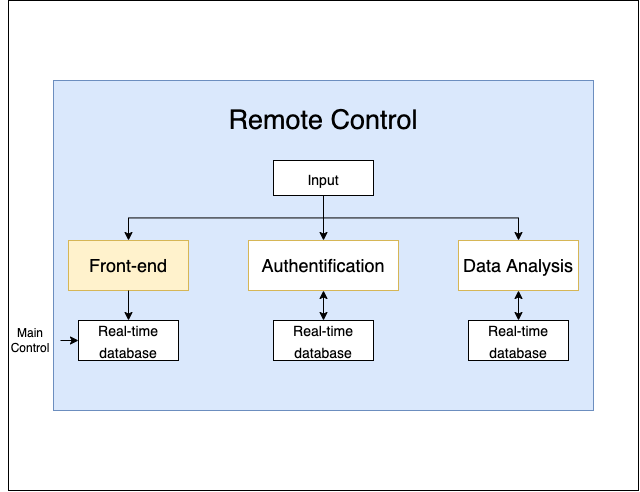
TuringBoard/ADS keeps this draw.io diagram as ADS Latex/images/dataAnalysis.png. Above is the earlier version. Source tidied: cells renumbered, new cells last; positions are measured from the earlier drawing's top-left corner, leaving out a move shared by most shapes. The source it was exported from:
```xml
<mxGraphModel>
  <root>
    <mxCell id="0" />
    <mxCell id="1" parent="0" />
    <mxCell id="2" style="rounded=0;whiteSpace=wrap;html=1;fontSize=14;" parent="1" vertex="1">
      <mxGeometry x="8" width="630" height="490" as="geometry" />
    </mxCell>
    <mxCell id="3" style="rounded=0;whiteSpace=wrap;html=1;fillColor=#dae8fc;strokeColor=#6c8ebf;" parent="1" vertex="1">
      <mxGeometry x="53" y="80" width="540" height="330" as="geometry" />
    </mxCell>
    <mxCell id="4" value="Remote Control" style="text;html=1;strokeColor=none;fillColor=none;align=center;verticalAlign=middle;whiteSpace=wrap;rounded=0;fontSize=27;" parent="1" vertex="1">
      <mxGeometry x="173" y="90" width="300" height="60" as="geometry" />
    </mxCell>
    <mxCell id="5" value="Front-end" style="rounded=0;whiteSpace=wrap;html=1;fontSize=18;fillColor=#FFF2CC;strokeColor=#d6b656;" parent="1" vertex="1">
      <mxGeometry x="68" y="240" width="120" height="50" as="geometry" />
    </mxCell>
    <mxCell id="6" value="&lt;span style=&quot;font-size: 14px&quot;&gt;Real-time database&lt;/span&gt;" style="rounded=0;whiteSpace=wrap;html=1;fontSize=18;" parent="1" vertex="1">
      <mxGeometry x="78" y="320" width="100" height="40" as="geometry" />
    </mxCell>
    <mxCell id="7" style="edgeStyle=orthogonalEdgeStyle;rounded=0;jettySize=auto;html=1;exitX=0.5;exitY=1;exitDx=0;exitDy=0;entryX=0.5;entryY=0;entryDx=0;entryDy=0;fontSize=14;" parent="1" edge="1" source="8" target="5">
      <mxGeometry relative="1" as="geometry" />
    </mxCell>
    <mxCell id="8" value="&lt;span style=&quot;font-size: 14px&quot;&gt;Input&lt;br&gt;&lt;/span&gt;" style="rounded=0;whiteSpace=wrap;html=1;fontSize=18;" parent="1" vertex="1">
      <mxGeometry x="273" y="160" width="100" height="35" as="geometry" />
    </mxCell>
    <mxCell id="9" style="endArrow=classic;html=1;rounded=0;fontSize=14;entryX=0.5;entryY=0;entryDx=0;entryDy=0;" parent="1" edge="1" source="5" target="6">
      <mxGeometry relative="1" as="geometry" />
    </mxCell>
    <mxCell id="10" value="Authentification" style="rounded=0;whiteSpace=wrap;html=1;fontSize=18;fillColor=#FFFFFF;strokeColor=#d6b656;" parent="1" vertex="1">
      <mxGeometry x="248" y="240" width="150" height="50" as="geometry" />
    </mxCell>
    <mxCell id="11" value="Main Control" style="text;html=1;strokeColor=none;fillColor=none;align=center;verticalAlign=middle;whiteSpace=wrap;rounded=0;" parent="1" vertex="1">
      <mxGeometry y="325" width="60" height="30" as="geometry" />
    </mxCell>
    <mxCell id="12" style="endArrow=classic;html=1;rounded=0;endSize=6;jumpSize=10;exitX=1;exitY=0.5;exitDx=0;exitDy=0;entryX=0;entryY=0.5;entryDx=0;entryDy=0;" parent="1" edge="1" source="11" target="6">
      <mxGeometry relative="1" as="geometry" />
    </mxCell>
    <mxCell id="13" value="Data Analysis" style="rounded=0;whiteSpace=wrap;html=1;fontSize=18;fillColor=#FFFFFF;strokeColor=#d6b656;" parent="1" vertex="1">
      <mxGeometry x="458" y="240" width="120" height="50" as="geometry" />
    </mxCell>
    <mxCell id="14" style="edgeStyle=orthogonalEdgeStyle;rounded=0;jettySize=auto;html=1;entryX=0.5;entryY=0;entryDx=0;entryDy=0;fontSize=14;exitX=0.5;exitY=1;exitDx=0;exitDy=0;" parent="1" edge="1" source="8">
      <mxGeometry relative="1" as="geometry">
        <mxPoint x="518" y="240" as="targetPoint" />
      </mxGeometry>
    </mxCell>
    <mxCell id="15" style="endArrow=classic;html=1;rounded=0;endSize=6;jumpSize=10;exitX=0.5;exitY=1;exitDx=0;exitDy=0;entryX=0.5;entryY=0;entryDx=0;entryDy=0;" parent="1" edge="1" source="8" target="10">
      <mxGeometry relative="1" as="geometry" />
    </mxCell>
    <mxCell id="16" value="&lt;span style=&quot;font-size: 14px&quot;&gt;Real-time database&lt;/span&gt;" style="rounded=0;whiteSpace=wrap;html=1;fontSize=18;" parent="1" vertex="1">
      <mxGeometry x="273" y="320" width="100" height="40" as="geometry" />
    </mxCell>
    <mxCell id="17" style="endArrow=classic;startArrow=classic;html=1;rounded=0;endSize=6;jumpSize=10;exitX=0.5;exitY=0;exitDx=0;exitDy=0;entryX=0.5;entryY=1;entryDx=0;entryDy=0;" parent="1" edge="1" source="16" target="10">
      <mxGeometry relative="1" as="geometry" />
    </mxCell>
    <mxCell id="18" value="&lt;span style=&quot;font-size: 14px&quot;&gt;Real-time database&lt;/span&gt;" style="rounded=0;whiteSpace=wrap;html=1;fontSize=18;" parent="1" vertex="1">
      <mxGeometry x="468" y="320" width="100" height="40" as="geometry" />
    </mxCell>
    <mxCell id="19" style="endArrow=classic;startArrow=classic;html=1;rounded=0;endSize=6;jumpSize=10;exitX=0.5;exitY=0;exitDx=0;exitDy=0;entryX=0.5;entryY=1;entryDx=0;entryDy=0;" parent="1" edge="1" source="18" target="13">
      <mxGeometry relative="1" as="geometry" />
    </mxCell>
  </root>
</mxGraphModel>
```
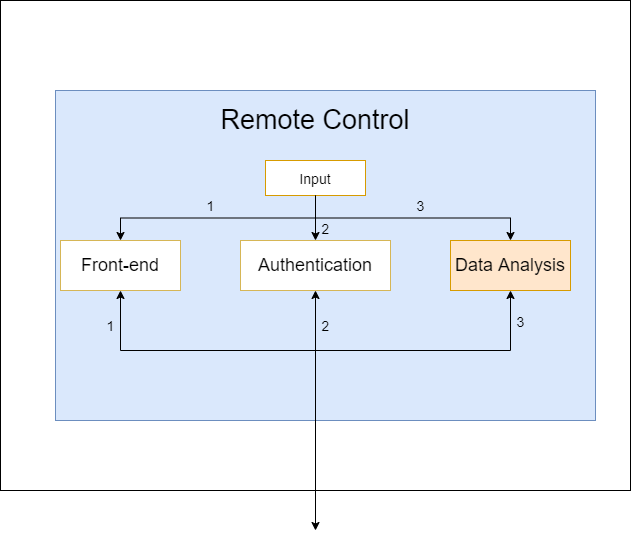
After the commit.

Change to the diagram source:
```diff
@@ -6,36 +6,24 @@
       <mxGeometry x="8" width="630" height="490" as="geometry" />
     </mxCell>
     <mxCell id="3" style="rounded=0;whiteSpace=wrap;html=1;fillColor=#dae8fc;strokeColor=#6c8ebf;" parent="1" vertex="1">
-      <mxGeometry x="53" y="80" width="540" height="330" as="geometry" />
+      <mxGeometry x="63" y="90" width="540" height="330" as="geometry" />
     </mxCell>
     <mxCell id="4" value="Remote Control" style="text;html=1;strokeColor=none;fillColor=none;align=center;verticalAlign=middle;whiteSpace=wrap;rounded=0;fontSize=27;" parent="1" vertex="1">
       <mxGeometry x="173" y="90" width="300" height="60" as="geometry" />
     </mxCell>
-    <mxCell id="5" value="Front-end" style="rounded=0;whiteSpace=wrap;html=1;fontSize=18;fillColor=#FFF2CC;strokeColor=#d6b656;" parent="1" vertex="1">
+    <mxCell id="5" value="Front-end" style="rounded=0;whiteSpace=wrap;html=1;fontSize=18;fillColor=default;strokeColor=#d6b656;" parent="1" vertex="1">
       <mxGeometry x="68" y="240" width="120" height="50" as="geometry" />
     </mxCell>
-    <mxCell id="6" value="&lt;span style=&quot;font-size: 14px&quot;&gt;Real-time database&lt;/span&gt;" style="rounded=0;whiteSpace=wrap;html=1;fontSize=18;" parent="1" vertex="1">
-      <mxGeometry x="78" y="320" width="100" height="40" as="geometry" />
-    </mxCell>
     <mxCell id="7" style="edgeStyle=orthogonalEdgeStyle;rounded=0;jettySize=auto;html=1;exitX=0.5;exitY=1;exitDx=0;exitDy=0;entryX=0.5;entryY=0;entryDx=0;entryDy=0;fontSize=14;" parent="1" edge="1" source="8" target="5">
       <mxGeometry relative="1" as="geometry" />
     </mxCell>
-    <mxCell id="8" value="&lt;span style=&quot;font-size: 14px&quot;&gt;Input&lt;br&gt;&lt;/span&gt;" style="rounded=0;whiteSpace=wrap;html=1;fontSize=18;" parent="1" vertex="1">
+    <mxCell id="8" value="&lt;span style=&quot;font-size: 14px&quot;&gt;Input&lt;br&gt;&lt;/span&gt;" style="rounded=0;whiteSpace=wrap;html=1;fontSize=18;fillColor=#FFFFFF;strokeColor=#d79b00;" parent="1" vertex="1">
       <mxGeometry x="273" y="160" width="100" height="35" as="geometry" />
     </mxCell>
-    <mxCell id="9" style="endArrow=classic;html=1;rounded=0;fontSize=14;entryX=0.5;entryY=0;entryDx=0;entryDy=0;" parent="1" edge="1" source="5" target="6">
-      <mxGeometry relative="1" as="geometry" />
-    </mxCell>
-    <mxCell id="10" value="Authentification" style="rounded=0;whiteSpace=wrap;html=1;fontSize=18;fillColor=#FFFFFF;strokeColor=#d6b656;" parent="1" vertex="1">
+    <mxCell id="10" value="Authentication" style="rounded=0;whiteSpace=wrap;html=1;fontSize=18;fillColor=#FFFFFF;strokeColor=#d6b656;" parent="1" vertex="1">
       <mxGeometry x="248" y="240" width="150" height="50" as="geometry" />
     </mxCell>
-    <mxCell id="11" value="Main Control" style="text;html=1;strokeColor=none;fillColor=none;align=center;verticalAlign=middle;whiteSpace=wrap;rounded=0;" parent="1" vertex="1">
-      <mxGeometry y="325" width="60" height="30" as="geometry" />
-    </mxCell>
-    <mxCell id="12" style="endArrow=classic;html=1;rounded=0;endSize=6;jumpSize=10;exitX=1;exitY=0.5;exitDx=0;exitDy=0;entryX=0;entryY=0.5;entryDx=0;entryDy=0;" parent="1" edge="1" source="11" target="6">
-      <mxGeometry relative="1" as="geometry" />
-    </mxCell>
-    <mxCell id="13" value="Data Analysis" style="rounded=0;whiteSpace=wrap;html=1;fontSize=18;fillColor=#FFFFFF;strokeColor=#d6b656;" parent="1" vertex="1">
+    <mxCell id="13" value="Data Analysis" style="rounded=0;whiteSpace=wrap;html=1;fontSize=18;fillColor=#ffe6cc;strokeColor=#d79b00;" parent="1" vertex="1">
       <mxGeometry x="458" y="240" width="120" height="50" as="geometry" />
     </mxCell>
     <mxCell id="14" style="edgeStyle=orthogonalEdgeStyle;rounded=0;jettySize=auto;html=1;entryX=0.5;entryY=0;entryDx=0;entryDy=0;fontSize=14;exitX=0.5;exitY=1;exitDx=0;exitDy=0;" parent="1" edge="1" source="8">
@@ -46,17 +34,36 @@
     <mxCell id="15" style="endArrow=classic;html=1;rounded=0;endSize=6;jumpSize=10;exitX=0.5;exitY=1;exitDx=0;exitDy=0;entryX=0.5;entryY=0;entryDx=0;entryDy=0;" parent="1" edge="1" source="8" target="10">
       <mxGeometry relative="1" as="geometry" />
     </mxCell>
-    <mxCell id="16" value="&lt;span style=&quot;font-size: 14px&quot;&gt;Real-time database&lt;/span&gt;" style="rounded=0;whiteSpace=wrap;html=1;fontSize=18;" parent="1" vertex="1">
-      <mxGeometry x="273" y="320" width="100" height="40" as="geometry" />
-    </mxCell>
-    <mxCell id="17" style="endArrow=classic;startArrow=classic;html=1;rounded=0;endSize=6;jumpSize=10;exitX=0.5;exitY=0;exitDx=0;exitDy=0;entryX=0.5;entryY=1;entryDx=0;entryDy=0;" parent="1" edge="1" source="16" target="10">
-      <mxGeometry relative="1" as="geometry" />
+    <mxCell id="17" style="endArrow=classic;startArrow=classic;html=1;rounded=0;endSize=6;jumpSize=10;entryX=0.5;entryY=1;entryDx=0;entryDy=0;" parent="1" edge="1" target="10">
+      <mxGeometry relative="1" as="geometry">
+        <mxPoint x="323" y="530" as="sourcePoint" />
+      </mxGeometry>
     </mxCell>
-    <mxCell id="18" value="&lt;span style=&quot;font-size: 14px&quot;&gt;Real-time database&lt;/span&gt;" style="rounded=0;whiteSpace=wrap;html=1;fontSize=18;" parent="1" vertex="1">
-      <mxGeometry x="468" y="320" width="100" height="40" as="geometry" />
-    </mxCell>
-    <mxCell id="19" style="endArrow=classic;startArrow=classic;html=1;rounded=0;endSize=6;jumpSize=10;exitX=0.5;exitY=0;exitDx=0;exitDy=0;entryX=0.5;entryY=1;entryDx=0;entryDy=0;" parent="1" edge="1" source="18" target="13">
-      <mxGeometry relative="1" as="geometry" />
-    </mxCell>
+    <mxCell id="20" style="endArrow=classic;startArrow=classic;html=1;rounded=0;entryX=0.5;entryY=1;entryDx=0;entryDy=0;exitX=0.5;exitY=1;exitDx=0;exitDy=0;" parent="1" edge="1" source="5" target="13">
+      <mxGeometry relative="1" as="geometry">
+        <Array as="points">
+          <mxPoint x="128" y="350" />
+          <mxPoint x="518" y="350" />
+        </Array>
+      </mxGeometry>
+    </mxCell>
+    <mxCell id="21" value="&lt;font style=&quot;font-size: 14px&quot;&gt;1&lt;/font&gt;" style="text;html=1;align=center;verticalAlign=middle;strokeColor=none;fillColor=none;fontSize=18;" parent="1" vertex="1">
+      <mxGeometry x="208" y="190" width="20" height="30" as="geometry" />
+    </mxCell>
+    <mxCell id="22" value="&lt;font style=&quot;font-size: 14px&quot;&gt;2&lt;br&gt;&lt;/font&gt;" style="text;html=1;align=center;verticalAlign=middle;strokeColor=none;fillColor=none;fontSize=18;" parent="1" vertex="1">
+      <mxGeometry x="323" y="213" width="20" height="30" as="geometry" />
+    </mxCell>
+    <mxCell id="23" value="&lt;font style=&quot;font-size: 14px&quot;&gt;3&lt;/font&gt;" style="text;html=1;align=center;verticalAlign=middle;strokeColor=none;fillColor=none;fontSize=18;" parent="1" vertex="1">
+      <mxGeometry x="418" y="190" width="20" height="30" as="geometry" />
+    </mxCell>
+    <mxCell id="24" value="&lt;font style=&quot;font-size: 14px&quot;&gt;1&lt;/font&gt;" style="text;html=1;align=center;verticalAlign=middle;strokeColor=none;fillColor=none;fontSize=18;" parent="1" vertex="1">
+      <mxGeometry x="108" y="310" width="20" height="30" as="geometry" />
+    </mxCell>
+    <mxCell id="25" value="&lt;font style=&quot;font-size: 14px&quot;&gt;2&lt;/font&gt;" style="text;html=1;align=center;verticalAlign=middle;strokeColor=none;fillColor=none;fontSize=18;" parent="1" vertex="1">
+      <mxGeometry x="323" y="310" width="20" height="30" as="geometry" />
+    </mxCell>
+    <mxCell id="26" value="&lt;font style=&quot;font-size: 14px&quot;&gt;3&lt;/font&gt;" style="text;html=1;align=center;verticalAlign=middle;strokeColor=none;fillColor=none;fontSize=18;" parent="1" vertex="1">
+      <mxGeometry x="518" y="306" width="20" height="30" as="geometry" />
+    </mxCell>
   </root>
 </mxGraphModel>
```
